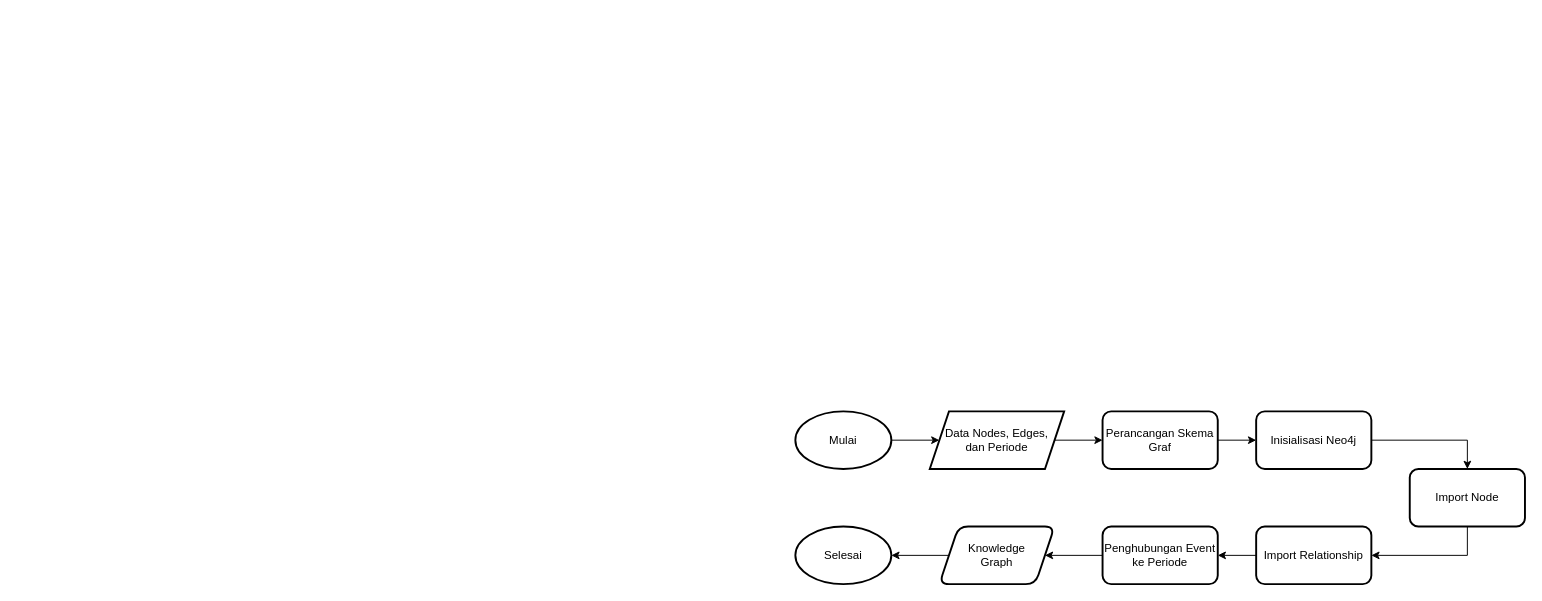
Earlier version of the draw.io diagram docs/bab3/flowchart/3.10. Konstruksi Knowledge Graph dengan Neo4j.drawio (raymrichigat/tugas-akhir). Source tidied: cells renumbered, new cells numbered last; positions are measured from the earlier drawing's top-left corner, leaving out a move shared by most shapes. Both pictures are drawn from the tidied source at 96%, with x=0, y=0 at pixel (795, 411).
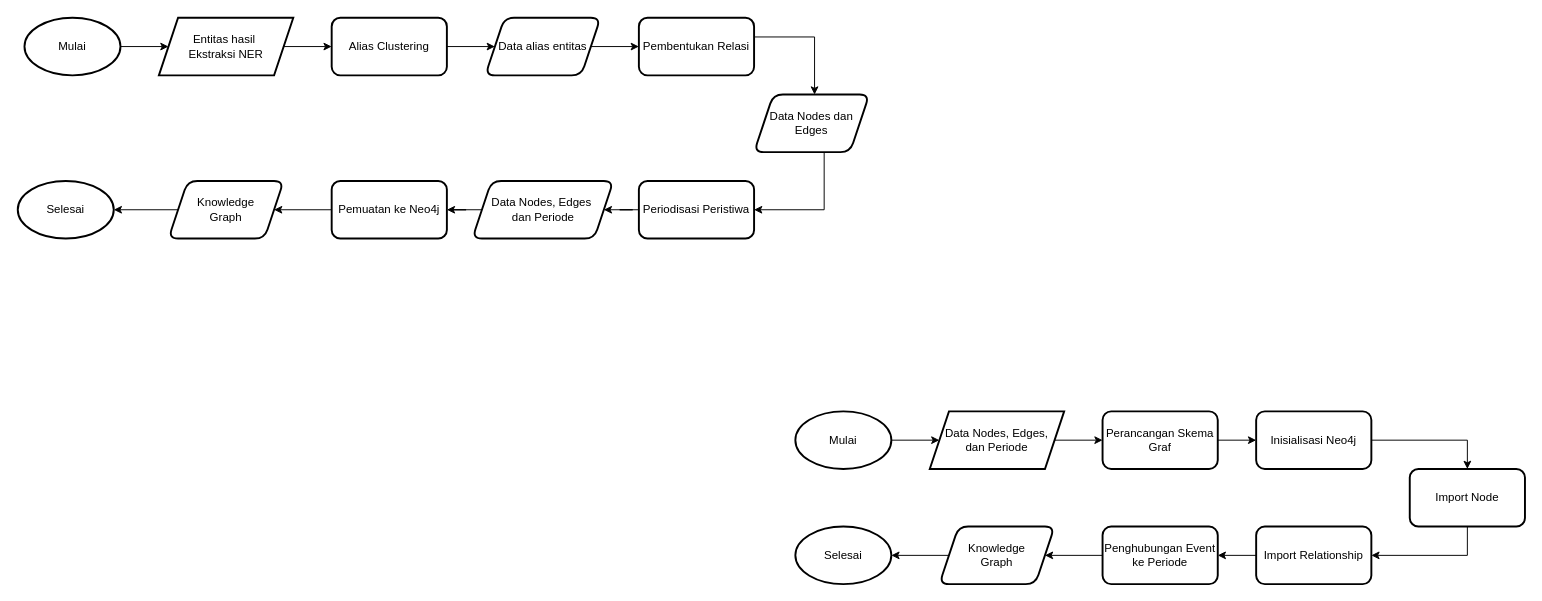
The same page after the edit.

The edit, as a diff of the source:
```diff
@@
+    <mxCell id="21" style="edgeStyle=orthogonalEdgeStyle;rounded=0;jettySize=auto;html=1;" parent="1" edge="1" source="22" target="24">
+      <mxGeometry relative="1" as="geometry" />
+    </mxCell>
+    <mxCell id="22" value="Mulai" style="strokeWidth=2;html=1;shape=mxgraph.flowchart.start_1;whiteSpace=wrap;" parent="1" vertex="1">
+      <mxGeometry x="-803" y="-410" width="100" height="60" as="geometry" />
+    </mxCell>
+    <mxCell id="23" style="edgeStyle=orthogonalEdgeStyle;rounded=0;jettySize=auto;html=1;" parent="1" edge="1" source="24" target="26">
+      <mxGeometry relative="1" as="geometry" />
+    </mxCell>
+    <mxCell id="24" value="Entitas hasil&amp;nbsp;&lt;div&gt;Ekstraksi NER&lt;/div&gt;" style="shape=parallelogram;perimeter=parallelogramPerimeter;whiteSpace=wrap;html=1;fixedSize=1;strokeWidth=2;" parent="1" vertex="1">
+      <mxGeometry x="-663" y="-410" width="140" height="60" as="geometry" />
+    </mxCell>
+    <mxCell id="25" style="edgeStyle=orthogonalEdgeStyle;rounded=0;jettySize=auto;html=1;" parent="1" edge="1" source="26" target="37">
+      <mxGeometry relative="1" as="geometry" />
+    </mxCell>
+    <mxCell id="26" value="Alias Clustering" style="rounded=1;whiteSpace=wrap;html=1;strokeWidth=2;" parent="1" vertex="1">
+      <mxGeometry x="-483" y="-410" width="120" height="60" as="geometry" />
+    </mxCell>
+    <mxCell id="27" style="edgeStyle=orthogonalEdgeStyle;rounded=0;jettySize=auto;html=1;" parent="1" edge="1" source="28" target="39">
+      <mxGeometry relative="1" as="geometry">
+        <Array as="points">
+          <mxPoint x="20" y="-390" />
+        </Array>
+      </mxGeometry>
+    </mxCell>
+    <mxCell id="28" value="Pembentukan Relasi" style="rounded=1;whiteSpace=wrap;html=1;strokeWidth=2;" parent="1" vertex="1">
+      <mxGeometry x="-163" y="-410" width="120" height="60" as="geometry" />
+    </mxCell>
+    <mxCell id="29" style="edgeStyle=orthogonalEdgeStyle;rounded=0;jettySize=auto;html=1;" parent="1" edge="1" source="30" target="41">
+      <mxGeometry relative="1" as="geometry" />
+    </mxCell>
+    <mxCell id="30" value="Periodisasi Peristiwa" style="rounded=1;whiteSpace=wrap;html=1;strokeWidth=2;" parent="1" vertex="1">
+      <mxGeometry x="-163" y="-240" width="120" height="60" as="geometry" />
+    </mxCell>
+    <mxCell id="31" style="edgeStyle=orthogonalEdgeStyle;rounded=0;jettySize=auto;html=1;" parent="1" edge="1" source="32" target="34">
+      <mxGeometry relative="1" as="geometry" />
+    </mxCell>
+    <mxCell id="32" value="Pemuatan ke Neo4j" style="rounded=1;whiteSpace=wrap;html=1;strokeWidth=2;" parent="1" vertex="1">
+      <mxGeometry x="-483" y="-240" width="120" height="60" as="geometry" />
+    </mxCell>
+    <mxCell id="33" style="edgeStyle=orthogonalEdgeStyle;rounded=0;jettySize=auto;html=1;" parent="1" edge="1" source="34" target="35">
+      <mxGeometry relative="1" as="geometry" />
+    </mxCell>
+    <mxCell id="34" value="Knowledge&lt;div&gt;Graph&lt;/div&gt;" style="shape=parallelogram;perimeter=parallelogramPerimeter;whiteSpace=wrap;html=1;fixedSize=1;rounded=1;strokeWidth=2;" parent="1" vertex="1">
+      <mxGeometry x="-653" y="-240" width="120" height="60" as="geometry" />
+    </mxCell>
+    <mxCell id="35" value="Selesai" style="strokeWidth=2;html=1;shape=mxgraph.flowchart.start_1;whiteSpace=wrap;" parent="1" vertex="1">
+      <mxGeometry x="-810" y="-240" width="100" height="60" as="geometry" />
+    </mxCell>
+    <mxCell id="36" style="edgeStyle=orthogonalEdgeStyle;rounded=0;jettySize=auto;html=1;" parent="1" edge="1" source="37" target="28">
+      <mxGeometry relative="1" as="geometry" />
+    </mxCell>
+    <mxCell id="37" value="Data alias entitas" style="shape=parallelogram;perimeter=parallelogramPerimeter;whiteSpace=wrap;html=1;fixedSize=1;rounded=1;strokeWidth=2;" parent="1" vertex="1">
+      <mxGeometry x="-323" y="-410" width="120" height="60" as="geometry" />
+    </mxCell>
+    <mxCell id="38" style="edgeStyle=orthogonalEdgeStyle;rounded=0;jettySize=auto;html=1;entryX=1;entryY=0.5;entryDx=0;entryDy=0;" parent="1" edge="1" source="39" target="30">
+      <mxGeometry relative="1" as="geometry">
+        <Array as="points">
+          <mxPoint x="30" y="-210" />
+        </Array>
+      </mxGeometry>
+    </mxCell>
+    <mxCell id="39" value="Data Nodes dan Edges" style="shape=parallelogram;perimeter=parallelogramPerimeter;whiteSpace=wrap;html=1;fixedSize=1;rounded=1;strokeWidth=2;" parent="1" vertex="1">
+      <mxGeometry x="-43" y="-330" width="120" height="60" as="geometry" />
+    </mxCell>
+    <mxCell id="40" style="edgeStyle=orthogonalEdgeStyle;rounded=0;jettySize=auto;html=1;" parent="1" edge="1" source="41" target="32">
+      <mxGeometry relative="1" as="geometry" />
+    </mxCell>
+    <mxCell id="41" value="Data Nodes, Edges&amp;nbsp;&lt;div&gt;dan Periode&lt;/div&gt;" style="shape=parallelogram;perimeter=parallelogramPerimeter;whiteSpace=wrap;html=1;fixedSize=1;rounded=1;strokeWidth=2;" parent="1" vertex="1">
+      <mxGeometry x="-336.5" y="-240" width="147" height="60" as="geometry" />
+    </mxCell>
```
